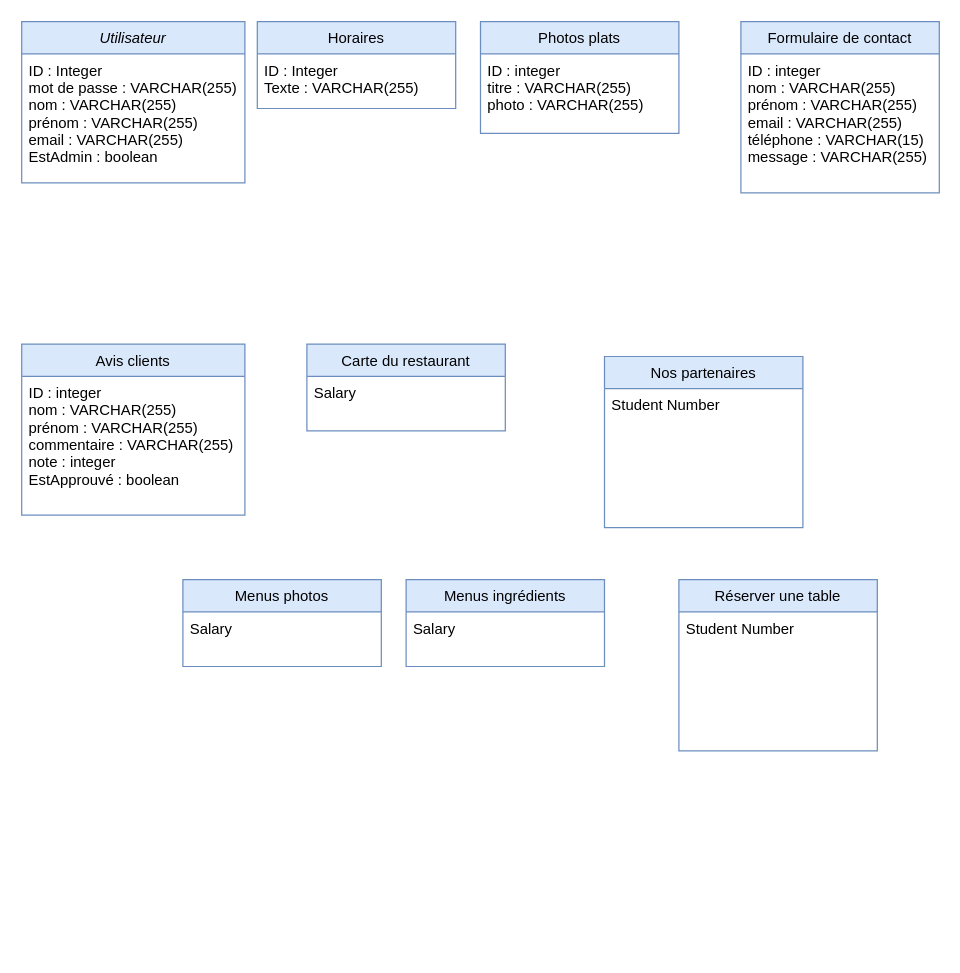
Before: DiagrammeClasse.drawio in elodiealix91620/QuaiAntiqueDiagrammes, a draw.io diagram. Source tidied: cells renumbered, new cells numbered last; positions are measured from the earlier drawing's top-left corner, leaving out a move shared by most shapes. Both pictures are drawn from the tidied source at 124%, with x=0, y=0 at pixel (21, 21).
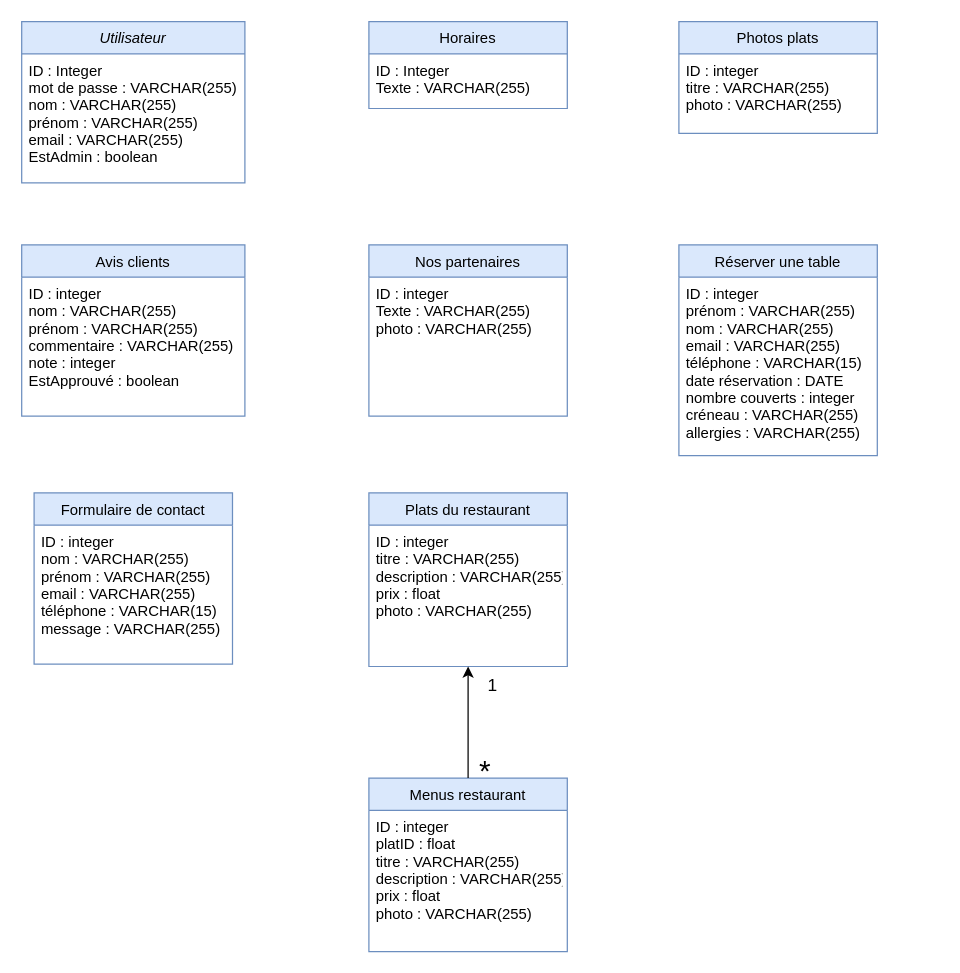
The same diagram, later.

What changed in the source:
```diff
@@
     <mxCell id="4" value="Formulaire de contact" style="swimlane;fontStyle=0;align=center;verticalAlign=top;horizontal=1;startSize=26;rounded=0;shadow=0;strokeWidth=1;fillColor=#dae8fc;strokeColor=#6c8ebf;" parent="1" vertex="1">
-      <mxGeometry x="580" width="160" height="138" as="geometry" />
+      <mxGeometry x="10" y="380" width="160" height="138" as="geometry" />
     </mxCell>
@@
-    <mxCell id="6" value="Carte du restaurant" style="swimlane;fontStyle=0;align=center;verticalAlign=top;horizontal=1;startSize=26;rounded=0;shadow=0;strokeWidth=1;fillColor=#dae8fc;strokeColor=#6c8ebf;" parent="1" vertex="1">
-      <mxGeometry x="230" y="260" width="160" height="70" as="geometry" />
+    <mxCell id="6" value="Plats du restaurant" style="swimlane;fontStyle=0;align=center;verticalAlign=top;horizontal=1;startSize=26;rounded=0;shadow=0;strokeWidth=1;fillColor=#dae8fc;strokeColor=#6c8ebf;" parent="1" vertex="1">
+      <mxGeometry x="280" y="380" width="160" height="140" as="geometry" />
     </mxCell>
-    <mxCell id="7" value="Salary" style="text;align=left;verticalAlign=top;spacingLeft=4;spacingRight=4;overflow=hidden;" parent="6" vertex="1">
-      <mxGeometry y="26" width="160" height="26" as="geometry" />
+    <mxCell id="7" value="ID : integer &#10;titre : VARCHAR(255)&#10;description : VARCHAR(255)&#10;prix : float &#10;photo : VARCHAR(255)" style="text;align=left;verticalAlign=top;spacingLeft=4;spacingRight=4;overflow=hidden;" parent="6" vertex="1">
+      <mxGeometry y="26" width="160" height="94" as="geometry" />
     </mxCell>
     <mxCell id="8" value="Horaires" style="swimlane;fontStyle=0;align=center;verticalAlign=top;horizontal=1;startSize=26;rounded=0;shadow=0;strokeWidth=1;fillColor=#dae8fc;strokeColor=#6c8ebf;" parent="1" vertex="1">
-      <mxGeometry x="190" width="160" height="70" as="geometry" />
+      <mxGeometry x="280" width="160" height="70" as="geometry" />
     </mxCell>
@@
     <mxCell id="10" value="Avis clients" style="swimlane;fontStyle=0;align=center;verticalAlign=top;horizontal=1;startSize=26;rounded=0;shadow=0;strokeWidth=1;fillColor=#dae8fc;strokeColor=#6c8ebf;" parent="1" vertex="1">
-      <mxGeometry y="260" width="180" height="138" as="geometry" />
+      <mxGeometry y="180" width="180" height="138" as="geometry" />
     </mxCell>
@@
     <mxCell id="12" value="Nos partenaires" style="swimlane;fontStyle=0;align=center;verticalAlign=top;horizontal=1;startSize=26;rounded=0;shadow=0;strokeWidth=1;fillColor=#dae8fc;strokeColor=#6c8ebf;" parent="1" vertex="1">
-      <mxGeometry x="470" y="270" width="160" height="138" as="geometry" />
+      <mxGeometry x="280" y="180" width="160" height="138" as="geometry" />
     </mxCell>
-    <mxCell id="13" value="Student Number" style="text;align=left;verticalAlign=top;spacingLeft=4;spacingRight=4;overflow=hidden;" parent="12" vertex="1">
-      <mxGeometry y="26" width="160" height="26" as="geometry" />
+    <mxCell id="13" value="ID : integer &#10;Texte : VARCHAR(255)&#10;photo : VARCHAR(255)" style="text;align=left;verticalAlign=top;spacingLeft=4;spacingRight=4;overflow=hidden;" parent="12" vertex="1">
+      <mxGeometry y="26" width="160" height="64" as="geometry" />
     </mxCell>
     <mxCell id="14" value="Réserver une table" style="swimlane;fontStyle=0;align=center;verticalAlign=top;horizontal=1;startSize=26;rounded=0;shadow=0;strokeWidth=1;fillColor=#dae8fc;strokeColor=#6c8ebf;" parent="1" vertex="1">
-      <mxGeometry x="530" y="450" width="160" height="138" as="geometry" />
+      <mxGeometry x="530" y="180" width="160" height="170" as="geometry" />
     </mxCell>
-    <mxCell id="15" value="Student Number" style="text;align=left;verticalAlign=top;spacingLeft=4;spacingRight=4;overflow=hidden;" parent="14" vertex="1">
-      <mxGeometry y="26" width="160" height="26" as="geometry" />
+    <mxCell id="15" value="ID : integer &#10;prénom : VARCHAR(255)&#10;nom : VARCHAR(255)&#10;email : VARCHAR(255)&#10;téléphone : VARCHAR(15)&#10;date réservation : DATE&#10;nombre couverts : integer &#10;créneau : VARCHAR(255)&#10;allergies : VARCHAR(255)" style="text;align=left;verticalAlign=top;spacingLeft=4;spacingRight=4;overflow=hidden;" parent="14" vertex="1">
+      <mxGeometry y="26" width="160" height="134" as="geometry" />
     </mxCell>
-    <mxCell id="16" value="Menus photos" style="swimlane;fontStyle=0;align=center;verticalAlign=top;horizontal=1;startSize=26;rounded=0;shadow=0;strokeWidth=1;fillColor=#dae8fc;strokeColor=#6c8ebf;" parent="1" vertex="1">
-      <mxGeometry x="130" y="450" width="160" height="70" as="geometry" />
-    </mxCell>
-    <mxCell id="17" value="Salary" style="text;align=left;verticalAlign=top;spacingLeft=4;spacingRight=4;overflow=hidden;" parent="16" vertex="1">
-      <mxGeometry y="26" width="160" height="26" as="geometry" />
-    </mxCell>
-    <mxCell id="18" value="Menus ingrédients" style="swimlane;fontStyle=0;align=center;verticalAlign=top;horizontal=1;startSize=26;rounded=0;shadow=0;strokeWidth=1;fillColor=#dae8fc;strokeColor=#6c8ebf;" parent="1" vertex="1">
-      <mxGeometry x="310" y="450" width="160" height="70" as="geometry" />
-    </mxCell>
-    <mxCell id="19" value="Salary" style="text;align=left;verticalAlign=top;spacingLeft=4;spacingRight=4;overflow=hidden;" parent="18" vertex="1">
-      <mxGeometry y="26" width="160" height="26" as="geometry" />
-    </mxCell>
     <mxCell id="20" value="Photos plats" style="swimlane;fontStyle=0;align=center;verticalAlign=top;horizontal=1;startSize=26;rounded=0;shadow=0;strokeWidth=1;fillColor=#dae8fc;strokeColor=#6c8ebf;" parent="1" vertex="1">
-      <mxGeometry x="370" width="160" height="90" as="geometry" />
+      <mxGeometry x="530" width="160" height="90" as="geometry" />
     </mxCell>
@@
+    <mxCell id="22" value="Menus restaurant" style="swimlane;fontStyle=0;align=center;verticalAlign=top;horizontal=1;startSize=26;rounded=0;shadow=0;strokeWidth=1;fillColor=#dae8fc;strokeColor=#6c8ebf;" parent="1" vertex="1">
+      <mxGeometry x="280" y="610" width="160" height="140" as="geometry" />
+    </mxCell>
+    <mxCell id="23" value="ID : integer&#10;platID : float &#10;titre : VARCHAR(255)&#10;description : VARCHAR(255)&#10;prix : float &#10;photo : VARCHAR(255)" style="text;align=left;verticalAlign=top;spacingLeft=4;spacingRight=4;overflow=hidden;" parent="22" vertex="1">
+      <mxGeometry y="26" width="160" height="94" as="geometry" />
+    </mxCell>
+    <mxCell id="24" style="endArrow=classic;html=1;rounded=0;entryX=0.5;entryY=1;entryDx=0;entryDy=0;exitX=0.5;exitY=0;exitDx=0;exitDy=0;" parent="1" edge="1" source="22" target="6">
+      <mxGeometry relative="1" as="geometry" />
+    </mxCell>
+    <mxCell id="25" value="&lt;font style=&quot;font-size: 24px;&quot;&gt;*&lt;/font&gt;" style="text;strokeColor=none;align=center;fillColor=none;html=1;verticalAlign=middle;whiteSpace=wrap;rounded=0;" parent="1" vertex="1">
+      <mxGeometry x="344" y="590" width="60" height="30" as="geometry" />
+    </mxCell>
+    <mxCell id="26" value="&lt;font style=&quot;font-size: 14px;&quot;&gt;1&lt;/font&gt;" style="text;strokeColor=none;align=center;fillColor=none;html=1;verticalAlign=middle;whiteSpace=wrap;rounded=0;" parent="1" vertex="1">
+      <mxGeometry x="350" y="520" width="60" height="30" as="geometry" />
+    </mxCell>
```
